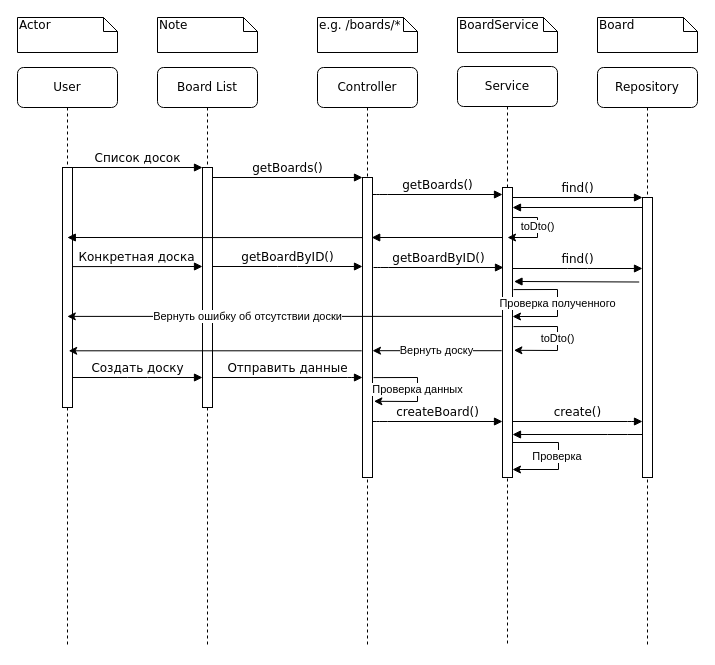
Above: sequence.drawio in StanEkso/kanban-projecting (draw.io), before the change. Source tidied: cells renumbered, new cells numbered last; positions are measured from the earlier drawing's top-left corner, leaving out a move shared by most shapes. Both pictures are drawn from the tidied source at 100%, with x=0, y=0 at pixel (17, 17).
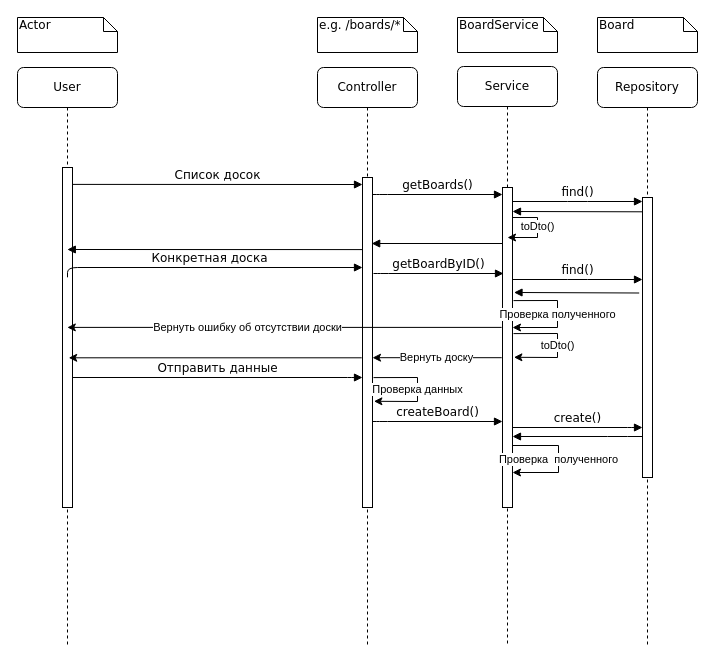
The same diagram, later.

Unchanged cells that the change refers to:
```xml
<mxCell id="6" value="Controller" style="shape=umlLifeline;perimeter=lifelinePerimeter;whiteSpace=wrap;html=1;rounded=1;shadow=0;comic=0;labelBackgroundColor=none;strokeWidth=1;fontFamily=Verdana;fontSize=12;align=center;" parent="1" vertex="1">
  <mxGeometry x="300" y="50" width="100" height="580" as="geometry" />
</mxCell>
<mxCell id="8" value="Service" style="shape=umlLifeline;perimeter=lifelinePerimeter;whiteSpace=wrap;html=1;rounded=1;shadow=0;comic=0;labelBackgroundColor=none;strokeWidth=1;fontFamily=Verdana;fontSize=12;align=center;" parent="1" vertex="1">
  <mxGeometry x="440" y="49" width="100" height="580" as="geometry" />
</mxCell>
<mxCell id="11" value="User" style="shape=umlLifeline;perimeter=lifelinePerimeter;whiteSpace=wrap;html=1;rounded=1;shadow=0;comic=0;labelBackgroundColor=none;strokeWidth=1;fontFamily=Verdana;fontSize=12;align=center;" parent="1" vertex="1">
  <mxGeometry y="50" width="100" height="580" as="geometry" />
</mxCell>
<mxCell id="15" style="html=1;points=[];perimeter=orthogonalPerimeter;rounded=0;shadow=0;comic=0;labelBackgroundColor=none;strokeWidth=1;fontFamily=Verdana;fontSize=12;align=center;" parent="1" vertex="1">
  <mxGeometry x="625" y="180" width="10" height="280" as="geometry" />
</mxCell>
```

What changed in the source:
```diff
@@
-    <mxCell id="2" value="Board List" style="shape=umlLifeline;perimeter=lifelinePerimeter;whiteSpace=wrap;html=1;rounded=1;shadow=0;comic=0;labelBackgroundColor=none;strokeWidth=1;fontFamily=Verdana;fontSize=12;align=center;" parent="1" vertex="1">
-      <mxGeometry x="140" y="50" width="100" height="580" as="geometry" />
-    </mxCell>
-    <mxCell id="3" style="html=1;points=[];perimeter=orthogonalPerimeter;rounded=0;shadow=0;comic=0;labelBackgroundColor=none;strokeWidth=1;fontFamily=Verdana;fontSize=12;align=center;" parent="2" vertex="1">
-      <mxGeometry x="45" y="100" width="10" height="240" as="geometry" />
-    </mxCell>
-    <mxCell id="4" value="Конкретная доска" style="html=1;verticalAlign=bottom;endArrow=block;entryX=0;entryY=0;labelBackgroundColor=none;fontFamily=Verdana;fontSize=12;edgeStyle=elbowEdgeStyle;elbow=vertical;" parent="2" edge="1">
-      <mxGeometry x="-0.01" relative="1" as="geometry">
-        <mxPoint x="-85" y="199.1" as="sourcePoint" />
-        <mxPoint x="45" y="199.1" as="targetPoint" />
-      </mxGeometry>
-    </mxCell>
-    <mxCell id="5" value="Создать доску" style="html=1;verticalAlign=bottom;endArrow=block;entryX=0;entryY=0;labelBackgroundColor=none;fontFamily=Verdana;fontSize=12;edgeStyle=elbowEdgeStyle;elbow=vertical;" parent="2" edge="1">
-      <mxGeometry relative="1" as="geometry">
-        <mxPoint x="-85" y="310" as="sourcePoint" />
-        <mxPoint x="45" y="310" as="targetPoint" />
-      </mxGeometry>
-    </mxCell>
@@
     <mxCell id="7" style="html=1;points=[];perimeter=orthogonalPerimeter;rounded=0;shadow=0;comic=0;labelBackgroundColor=none;strokeWidth=1;fontFamily=Verdana;fontSize=12;align=center;" parent="6" vertex="1">
-      <mxGeometry x="45" y="110" width="10" height="300" as="geometry" />
+      <mxGeometry x="45" y="110" width="10" height="330" as="geometry" />
     </mxCell>
@@
     <mxCell id="9" value="toDto()" style="endArrow=classic;html=1;rounded=0;exitX=1.1;exitY=0.736;exitDx=0;exitDy=0;exitPerimeter=0;entryX=1.144;entryY=0.978;entryDx=0;entryDy=0;entryPerimeter=0;" parent="8" edge="1">
       <mxGeometry relative="1" as="geometry">
-        <mxPoint x="56" y="260.1" as="sourcePoint" />
-        <mxPoint x="56.4" y="283.8" as="targetPoint" />
+        <mxPoint x="56" y="267.1" as="sourcePoint" />
+        <mxPoint x="56.4" y="290.8" as="targetPoint" />
         <Array as="points">
-          <mxPoint x="100" y="260" />
-          <mxPoint x="100" y="284" />
+          <mxPoint x="100" y="267" />
+          <mxPoint x="100" y="291" />
         </Array>
       </mxGeometry>
     </mxCell>
@@
     <mxCell id="12" style="html=1;points=[];perimeter=orthogonalPerimeter;rounded=0;shadow=0;comic=0;labelBackgroundColor=none;strokeWidth=1;fontFamily=Verdana;fontSize=12;align=center;" parent="11" vertex="1">
-      <mxGeometry x="45" y="100" width="10" height="240" as="geometry" />
+      <mxGeometry x="45" y="100" width="10" height="340" as="geometry" />
     </mxCell>
     <mxCell id="13" style="html=1;points=[];perimeter=orthogonalPerimeter;rounded=0;shadow=0;comic=0;labelBackgroundColor=none;strokeWidth=1;fontFamily=Verdana;fontSize=12;align=center;" parent="1" vertex="1">
-      <mxGeometry x="485" y="170" width="10" height="290" as="geometry" />
+      <mxGeometry x="485" y="170" width="10" height="320" as="geometry" />
     </mxCell>
@@
-    <mxCell id="16" value="find()" style="html=1;verticalAlign=bottom;endArrow=block;entryX=0;entryY=0;labelBackgroundColor=none;fontFamily=Verdana;fontSize=12;edgeStyle=elbowEdgeStyle;elbow=vertical;" parent="1" edge="1" source="13" target="15">
-      <mxGeometry relative="1" as="geometry" />
+    <mxCell id="16" value="find()" style="html=1;verticalAlign=bottom;endArrow=block;entryX=0;entryY=0;labelBackgroundColor=none;fontFamily=Verdana;fontSize=12;edgeStyle=elbowEdgeStyle;elbow=vertical;" parent="1" edge="1">
+      <mxGeometry relative="1" as="geometry">
+        <mxPoint x="495" y="184" as="sourcePoint" />
+        <mxPoint x="625" y="184" as="targetPoint" />
+      </mxGeometry>
     </mxCell>
-    <mxCell id="17" value="Список досок" style="html=1;verticalAlign=bottom;endArrow=block;entryX=0;entryY=0;labelBackgroundColor=none;fontFamily=Verdana;fontSize=12;edgeStyle=elbowEdgeStyle;elbow=vertical;" parent="1" edge="1" source="12" target="3">
-      <mxGeometry relative="1" as="geometry" />
+    <mxCell id="17" value="Список досок" style="html=1;verticalAlign=bottom;endArrow=block;labelBackgroundColor=none;fontFamily=Verdana;fontSize=12;edgeStyle=elbowEdgeStyle;elbow=vertical;" parent="1" edge="1" target="7">
+      <mxGeometry relative="1" as="geometry">
+        <mxPoint x="55" y="166.9" as="sourcePoint" />
+      </mxGeometry>
     </mxCell>
-    <mxCell id="18" value="getBoards()" style="html=1;verticalAlign=bottom;endArrow=block;entryX=0;entryY=0;labelBackgroundColor=none;fontFamily=Verdana;fontSize=12;edgeStyle=elbowEdgeStyle;elbow=vertical;" parent="1" edge="1" source="3" target="7">
-      <mxGeometry relative="1" as="geometry" />
-    </mxCell>
@@
-    <mxCell id="20" value="Note" style="shape=note;whiteSpace=wrap;html=1;size=14;verticalAlign=top;align=left;spacingTop=-6;rounded=0;shadow=0;comic=0;labelBackgroundColor=none;strokeWidth=1;fontFamily=Verdana;fontSize=12;" parent="1" vertex="1">
-      <mxGeometry x="140" width="100" height="35" as="geometry" />
-    </mxCell>
@@
     <mxCell id="24" style="html=1;verticalAlign=bottom;endArrow=block;entryX=1.152;entryY=0.946;labelBackgroundColor=none;fontFamily=Verdana;fontSize=12;edgeStyle=elbowEdgeStyle;elbow=vertical;entryDx=0;entryDy=0;entryPerimeter=0;exitX=-0.33;exitY=0.945;exitDx=0;exitDy=0;exitPerimeter=0;" parent="1" edge="1">
       <mxGeometry relative="1" as="geometry">
-        <mxPoint x="621.7" y="264.5" as="sourcePoint" />
-        <mxPoint x="496.5" y="264.1" as="targetPoint" />
+        <mxPoint x="621.7" y="275.5" as="sourcePoint" />
+        <mxPoint x="496.5" y="275.1" as="targetPoint" />
       </mxGeometry>
     </mxCell>
     <mxCell id="25" style="html=1;verticalAlign=bottom;endArrow=block;labelBackgroundColor=none;fontFamily=Verdana;fontSize=12;edgeStyle=elbowEdgeStyle;elbow=vertical;entryX=0.92;entryY=0.243;entryDx=0;entryDy=0;entryPerimeter=0;" parent="1" edge="1">
       <mxGeometry relative="1" as="geometry">
-        <mxPoint x="485" y="220" as="sourcePoint" />
-        <mxPoint x="354.2" y="219.9" as="targetPoint" />
+        <mxPoint x="485" y="226" as="sourcePoint" />
+        <mxPoint x="354.2" y="225.9" as="targetPoint" />
       </mxGeometry>
     </mxCell>
@@
     <mxCell id="27" style="html=1;verticalAlign=bottom;endArrow=block;labelBackgroundColor=none;fontFamily=Verdana;fontSize=12;edgeStyle=elbowEdgeStyle;elbow=vertical;exitX=-0.006;exitY=0.962;exitDx=0;exitDy=0;exitPerimeter=0;" parent="1" edge="1">
       <mxGeometry relative="1" as="geometry">
-        <mxPoint x="344.9" y="220.1" as="sourcePoint" />
-        <mxPoint x="49.8" y="220.1" as="targetPoint" />
+        <mxPoint x="344.9" y="232.1" as="sourcePoint" />
+        <mxPoint x="49.8" y="232.1" as="targetPoint" />
       </mxGeometry>
     </mxCell>
-    <mxCell id="28" style="html=1;verticalAlign=bottom;endArrow=block;entryX=1.152;entryY=0.946;labelBackgroundColor=none;fontFamily=Verdana;fontSize=12;edgeStyle=elbowEdgeStyle;elbow=vertical;entryDx=0;entryDy=0;entryPerimeter=0;" parent="1" edge="1" source="15">
+    <mxCell id="28" style="html=1;verticalAlign=bottom;endArrow=block;entryX=1.152;entryY=0.946;labelBackgroundColor=none;fontFamily=Verdana;fontSize=12;edgeStyle=elbowEdgeStyle;elbow=vertical;entryDx=0;entryDy=0;entryPerimeter=0;" parent="1" edge="1">
       <mxGeometry relative="1" as="geometry">
-        <mxPoint x="495" y="190.1" as="targetPoint" />
+        <mxPoint x="625" y="194.3" as="sourcePoint" />
+        <mxPoint x="495" y="194.1" as="targetPoint" />
       </mxGeometry>
     </mxCell>
-    <mxCell id="29" value="getBoardByID()" style="html=1;verticalAlign=bottom;endArrow=block;labelBackgroundColor=none;fontFamily=Verdana;fontSize=12;edgeStyle=elbowEdgeStyle;elbow=vertical;" parent="1" edge="1" target="7">
+    <mxCell id="29" value="Конкретная доска" style="html=1;verticalAlign=bottom;endArrow=block;labelBackgroundColor=none;fontFamily=Verdana;fontSize=12;edgeStyle=elbowEdgeStyle;elbow=vertical;exitX=0.5;exitY=0.323;exitDx=0;exitDy=0;exitPerimeter=0;" parent="1" edge="1" source="12" target="7">
       <mxGeometry relative="1" as="geometry">
-        <mxPoint x="195" y="249" as="sourcePoint" />
+        <Array as="points">
+          <mxPoint x="80" y="250" />
+        </Array>
       </mxGeometry>
     </mxCell>
     <mxCell id="30" value="getBoardByID()" style="html=1;verticalAlign=bottom;endArrow=block;labelBackgroundColor=none;fontFamily=Verdana;fontSize=12;edgeStyle=elbowEdgeStyle;elbow=vertical;" parent="1" edge="1">
       <mxGeometry relative="1" as="geometry">
-        <mxPoint x="356" y="250" as="sourcePoint" />
-        <mxPoint x="486" y="250" as="targetPoint" />
+        <mxPoint x="356" y="256" as="sourcePoint" />
+        <mxPoint x="486" y="256" as="targetPoint" />
         <Array as="points">
-          <mxPoint x="361" y="250" />
+          <mxPoint x="361" y="256" />
         </Array>
       </mxGeometry>
     </mxCell>
     <mxCell id="31" value="find()" style="html=1;verticalAlign=bottom;endArrow=block;entryX=0;entryY=0;labelBackgroundColor=none;fontFamily=Verdana;fontSize=12;edgeStyle=elbowEdgeStyle;elbow=vertical;" parent="1" edge="1">
       <mxGeometry relative="1" as="geometry">
-        <mxPoint x="495" y="251" as="sourcePoint" />
-        <mxPoint x="625" y="251" as="targetPoint" />
+        <mxPoint x="495" y="262" as="sourcePoint" />
+        <mxPoint x="625" y="262" as="targetPoint" />
       </mxGeometry>
     </mxCell>
     <mxCell id="32" value="Проверка полученного" style="endArrow=classic;html=1;rounded=0;exitX=1.1;exitY=0.736;exitDx=0;exitDy=0;exitPerimeter=0;" parent="1" edge="1">
       <mxGeometry relative="1" as="geometry">
-        <mxPoint x="496" y="272.1" as="sourcePoint" />
-        <mxPoint x="495" y="299" as="targetPoint" />
+        <mxPoint x="496" y="283.1" as="sourcePoint" />
+        <mxPoint x="495" y="310" as="targetPoint" />
         <Array as="points">
-          <mxPoint x="540" y="272" />
-          <mxPoint x="540" y="299" />
+          <mxPoint x="540" y="283" />
+          <mxPoint x="540" y="310" />
         </Array>
       </mxGeometry>
     </mxCell>
-    <mxCell id="33" value="Вернуть доску" style="endArrow=classic;html=1;rounded=0;exitX=-0.18;exitY=0.866;exitDx=0;exitDy=0;exitPerimeter=0;" parent="1" edge="1" target="7">
+    <mxCell id="33" value="Вернуть доску" style="endArrow=classic;html=1;rounded=0;exitX=-0.18;exitY=0.866;exitDx=0;exitDy=0;exitPerimeter=0;" parent="1" edge="1">
       <mxGeometry relative="1" as="geometry">
-        <mxPoint x="484.2" y="333.2" as="sourcePoint" />
+        <mxPoint x="484.2" y="340.2" as="sourcePoint" />
+        <mxPoint x="355" y="340.2" as="targetPoint" />
       </mxGeometry>
     </mxCell>
     <mxCell id="34" style="endArrow=classic;html=1;rounded=0;exitX=-0.18;exitY=0.886;exitDx=0;exitDy=0;exitPerimeter=0;" parent="1" edge="1">
       <mxGeometry relative="1" as="geometry">
-        <mxPoint x="344.2" y="333.3" as="sourcePoint" />
-        <mxPoint x="51.2" y="333.3" as="targetPoint" />
+        <mxPoint x="344.2" y="340.3" as="sourcePoint" />
+        <mxPoint x="51.2" y="340.3" as="targetPoint" />
       </mxGeometry>
     </mxCell>
     <mxCell id="35" value="Вернуть ошибку об отсутствии доски" style="endArrow=classic;html=1;rounded=0;exitX=-0.086;exitY=0.847;exitDx=0;exitDy=0;exitPerimeter=0;" parent="1" edge="1">
       <mxGeometry x="0.17" relative="1" as="geometry">
-        <mxPoint x="484.1" y="298.9" as="sourcePoint" />
-        <mxPoint x="49.8" y="298.9" as="targetPoint" />
+        <mxPoint x="484.1" y="309.9" as="sourcePoint" />
+        <mxPoint x="49.8" y="309.9" as="targetPoint" />
       </mxGeometry>
     </mxCell>
-    <mxCell id="36" value="Отправить данные" style="html=1;verticalAlign=bottom;endArrow=block;labelBackgroundColor=none;fontFamily=Verdana;fontSize=12;edgeStyle=elbowEdgeStyle;elbow=vertical;" parent="1" edge="1" source="3" target="7">
+    <mxCell id="36" value="Отправить данные" style="html=1;verticalAlign=bottom;endArrow=block;labelBackgroundColor=none;fontFamily=Verdana;fontSize=12;edgeStyle=elbowEdgeStyle;elbow=vertical;" parent="1" edge="1" source="12" target="7">
       <mxGeometry relative="1" as="geometry">
         <Array as="points">
           <mxPoint x="340" y="360" />
         </Array>
       </mxGeometry>
     </mxCell>
@@
     <mxCell id="39" value="create()" style="html=1;verticalAlign=bottom;endArrow=block;labelBackgroundColor=none;fontFamily=Verdana;fontSize=12;edgeStyle=elbowEdgeStyle;elbow=vertical;" parent="1" edge="1">
       <mxGeometry relative="1" as="geometry">
-        <mxPoint x="495" y="404" as="sourcePoint" />
-        <mxPoint x="625" y="404" as="targetPoint" />
+        <mxPoint x="495" y="410" as="sourcePoint" />
+        <mxPoint x="625" y="410" as="targetPoint" />
         <Array as="points">
-          <mxPoint x="620" y="404" />
+          <mxPoint x="620" y="410" />
         </Array>
       </mxGeometry>
     </mxCell>
     <mxCell id="40" style="html=1;verticalAlign=bottom;endArrow=block;labelBackgroundColor=none;fontFamily=Verdana;fontSize=12;edgeStyle=elbowEdgeStyle;elbow=vertical;" parent="1" edge="1">
       <mxGeometry relative="1" as="geometry">
-        <mxPoint x="625" y="417" as="sourcePoint" />
-        <mxPoint x="495" y="417" as="targetPoint" />
+        <mxPoint x="625" y="419" as="sourcePoint" />
+        <mxPoint x="495" y="419" as="targetPoint" />
         <Array as="points">
-          <mxPoint x="600" y="417" />
+          <mxPoint x="600" y="419" />
         </Array>
       </mxGeometry>
     </mxCell>
-    <mxCell id="41" value="Проверка&amp;nbsp;" style="endArrow=classic;html=1;rounded=0;" parent="1" edge="1" source="13" target="13">
+    <mxCell id="41" value="Проверка&amp;nbsp; полученного" style="endArrow=classic;html=1;rounded=0;" parent="1" edge="1">
       <mxGeometry relative="1" as="geometry">
+        <mxPoint x="495" y="428" as="sourcePoint" />
+        <mxPoint x="495" y="455" as="targetPoint" />
         <Array as="points">
-          <mxPoint x="541" y="425" />
-          <mxPoint x="541" y="452" />
+          <mxPoint x="541" y="428" />
+          <mxPoint x="541" y="455" />
         </Array>
       </mxGeometry>
     </mxCell>
```
